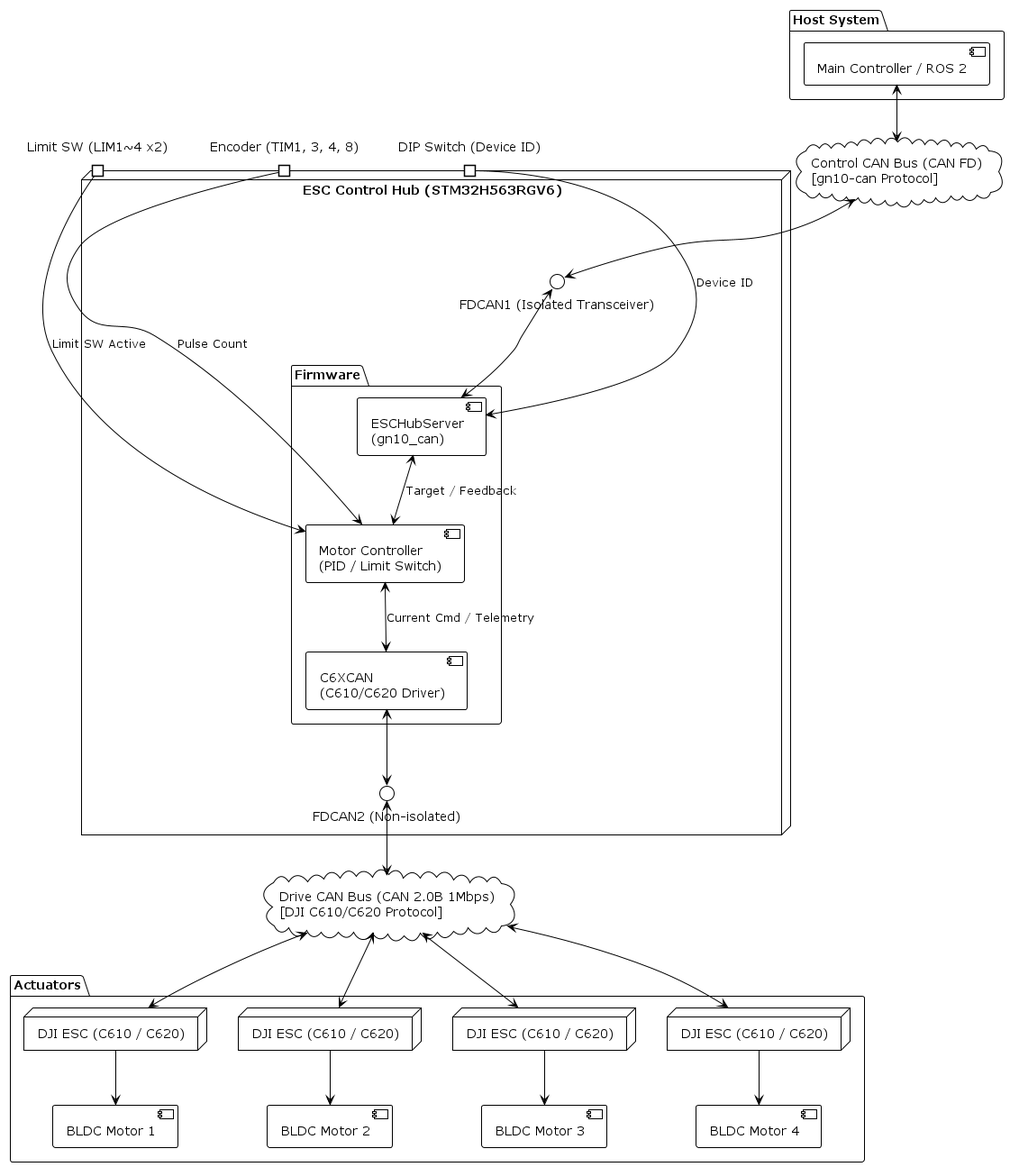
This is docs/uml/system_architecture.png from tmcit-ararobo-2026a/esc-control-hub, a PlantUML export, as it was before one commit.
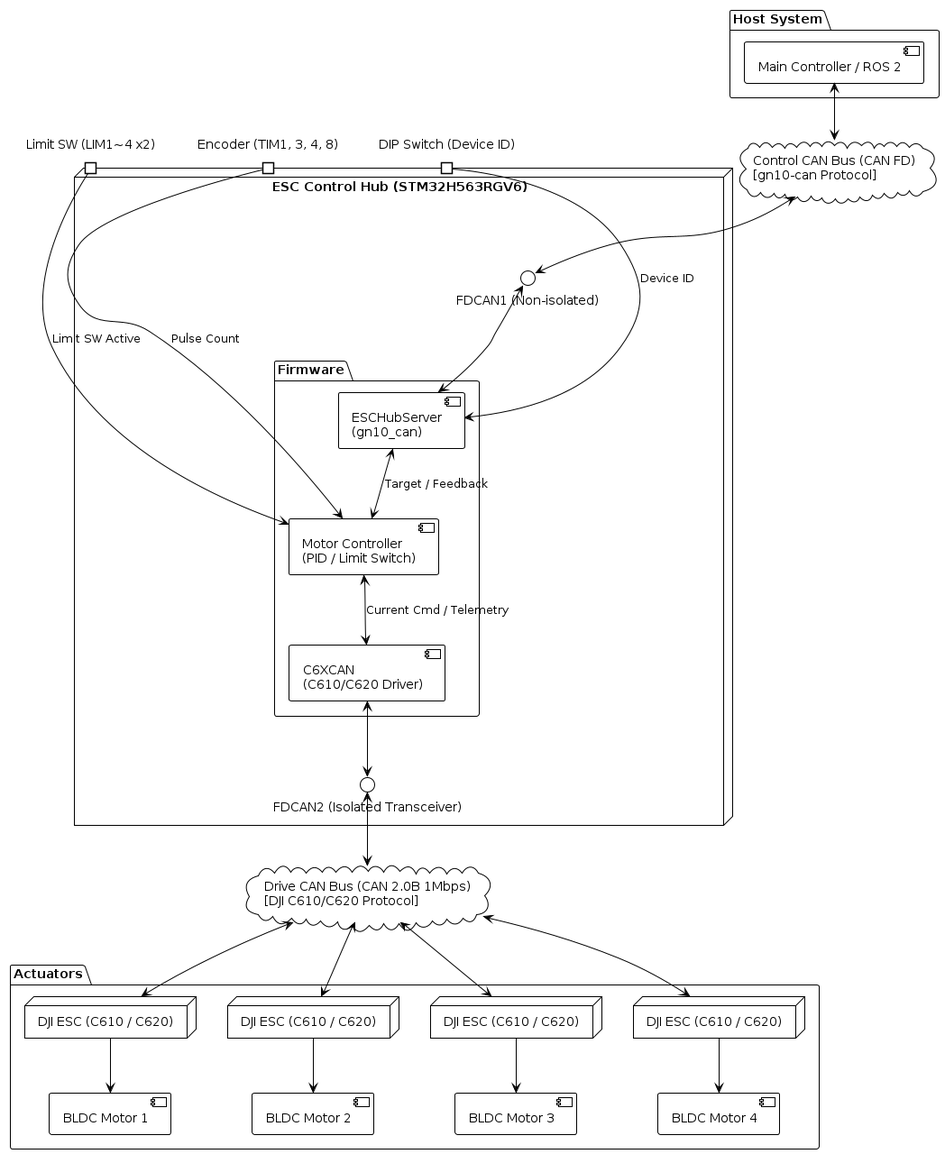
The same file after the commit.

Commit message:
docs: fix can transceiver isolation

What changed in the source:
```diff
@@ -10,8 +10,8 @@
 cloud "Control CAN Bus (CAN FD)\n[gn10-can Protocol]" as ControlCAN
 
 node "ESC Control Hub (STM32H563RGV6)" {
-    interface "FDCAN1 (Isolated Transceiver)" as IF_FDCAN1
-    interface "FDCAN2 (Non-isolated)" as IF_FDCAN2
+    interface "FDCAN1 (Non-isolated)" as IF_FDCAN1
+    interface "FDCAN2 (Isolated Transceiver)" as IF_FDCAN2
 
     package "Firmware" {
         [ESCHubServer\n(gn10_can)] as Server
```
